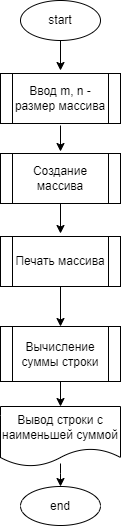
Earlier version of the draw.io export HW7/Ex50/diagram.drawio.png (SboevaTatiana/HW_1). Source tidied: cells renumbered, new cells last; positions are measured from the earlier drawing's top-left corner, leaving out a move shared by most shapes.
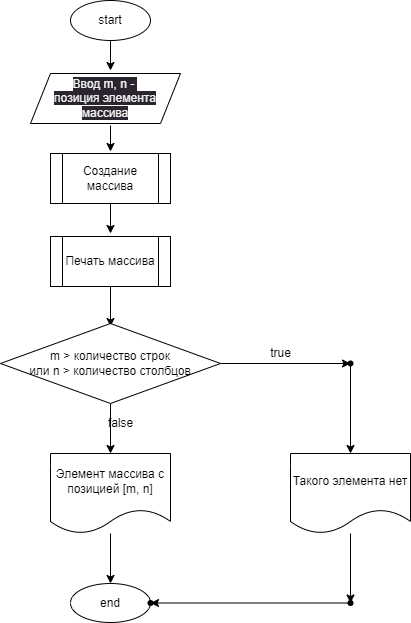
Above is the later version.

What changed in the source:
```diff
@@ -16,29 +16,9 @@
         <mxPoint x="60" y="151" as="targetPoint" />
       </mxGeometry>
     </mxCell>
-    <mxCell id="5" style="edgeStyle=orthogonalEdgeStyle;rounded=0;jettySize=auto;html=1;" parent="1" edge="1" target="6">
-      <mxGeometry relative="1" as="geometry">
-        <mxPoint x="60" y="463" as="sourcePoint" />
-        <Array as="points">
-          <mxPoint x="60" y="473" />
-          <mxPoint x="60" y="473" />
-        </Array>
-      </mxGeometry>
-    </mxCell>
     <mxCell id="6" value="end" style="ellipse;whiteSpace=wrap;html=1;" parent="1" vertex="1">
-      <mxGeometry x="20" y="486" width="80" height="39" as="geometry" />
+      <mxGeometry x="20" y="583" width="80" height="39" as="geometry" />
     </mxCell>
-    <mxCell id="7" style="edgeStyle=none;html=1;" parent="1" edge="1" source="8">
-      <mxGeometry relative="1" as="geometry">
-        <mxPoint x="60" y="406" as="targetPoint" />
-      </mxGeometry>
-    </mxCell>
-    <mxCell id="8" value="Вычисление суммы строки" style="shape=process;whiteSpace=wrap;html=1;backgroundOutline=1;" parent="1" vertex="1">
-      <mxGeometry y="326" width="120" height="55" as="geometry" />
-    </mxCell>
-    <mxCell id="9" value="Ввод m, n - размер массива" style="shape=process;whiteSpace=wrap;html=1;backgroundOutline=1;" parent="1" vertex="1">
-      <mxGeometry y="73" width="120" height="50" as="geometry" />
-    </mxCell>
     <mxCell id="10" style="edgeStyle=none;html=1;" parent="1" edge="1" source="11">
       <mxGeometry relative="1" as="geometry">
         <mxPoint x="60" y="233" as="targetPoint" />
@@ -47,14 +27,58 @@
     <mxCell id="11" value="Создание массива" style="shape=process;whiteSpace=wrap;html=1;backgroundOutline=1;" parent="1" vertex="1">
       <mxGeometry y="153" width="120" height="50" as="geometry" />
     </mxCell>
-    <mxCell id="12" style="edgeStyle=none;html=1;" parent="1" edge="1" source="13" target="8">
-      <mxGeometry relative="1" as="geometry" />
+    <mxCell id="12" style="edgeStyle=none;html=1;" parent="1" edge="1" source="13">
+      <mxGeometry relative="1" as="geometry">
+        <mxPoint x="60" y="326" as="targetPoint" />
+      </mxGeometry>
     </mxCell>
     <mxCell id="13" value="Печать массива" style="shape=process;whiteSpace=wrap;html=1;backgroundOutline=1;" parent="1" vertex="1">
       <mxGeometry y="236" width="120" height="50" as="geometry" />
     </mxCell>
-    <mxCell id="14" value="Вывод строки с наименьшей суммой" style="shape=document;whiteSpace=wrap;html=1;boundedLbl=1;" parent="1" vertex="1">
-      <mxGeometry y="406" width="120" height="60" as="geometry" />
-    </mxCell>
+    <mxCell id="15" value="&lt;span style=&quot;color: rgb(240, 240, 240); font-family: Helvetica; font-size: 12px; font-style: normal; font-variant-ligatures: normal; font-variant-caps: normal; font-weight: 400; letter-spacing: normal; orphans: 2; text-align: center; text-indent: 0px; text-transform: none; widows: 2; word-spacing: 0px; -webkit-text-stroke-width: 0px; background-color: rgb(42, 37, 47); text-decoration-thickness: initial; text-decoration-style: initial; text-decoration-color: initial; float: none; display: inline !important;&quot;&gt;Ввод m, n - &lt;br&gt;позиция элемента массива&lt;br&gt;&lt;/span&gt;" style="shape=parallelogram;perimeter=parallelogramPerimeter;whiteSpace=wrap;html=1;fixedSize=1;" parent="1" vertex="1">
+      <mxGeometry x="-20" y="73" width="150" height="50" as="geometry" />
+    </mxCell>
+    <mxCell id="16" style="edgeStyle=none;html=1;" parent="1" edge="1" source="18" target="20">
+      <mxGeometry relative="1" as="geometry" />
+    </mxCell>
+    <mxCell id="17" style="edgeStyle=none;html=1;" parent="1" edge="1" source="18" target="24">
+      <mxGeometry relative="1" as="geometry" />
+    </mxCell>
+    <mxCell id="18" value="m &amp;gt; количество строк&lt;br&gt;или n &amp;gt; количество столбцов" style="rhombus;whiteSpace=wrap;html=1;" parent="1" vertex="1">
+      <mxGeometry x="-50" y="323" width="220" height="80" as="geometry" />
+    </mxCell>
+    <mxCell id="19" style="edgeStyle=none;html=1;" parent="1" edge="1" source="20" target="6">
+      <mxGeometry relative="1" as="geometry" />
+    </mxCell>
+    <mxCell id="20" value="Элемент массива с позицией [m, n]" style="shape=document;whiteSpace=wrap;html=1;boundedLbl=1;" parent="1" vertex="1">
+      <mxGeometry y="453" width="120" height="80" as="geometry" />
+    </mxCell>
+    <mxCell id="21" style="edgeStyle=none;html=1;" parent="1" edge="1" source="22" target="26">
+      <mxGeometry relative="1" as="geometry" />
+    </mxCell>
+    <mxCell id="22" value="Такого элемента нет" style="shape=document;whiteSpace=wrap;html=1;boundedLbl=1;" parent="1" vertex="1">
+      <mxGeometry x="240" y="453" width="120" height="80" as="geometry" />
+    </mxCell>
+    <mxCell id="23" style="edgeStyle=none;html=1;" parent="1" edge="1" source="24" target="22">
+      <mxGeometry relative="1" as="geometry" />
+    </mxCell>
+    <mxCell id="24" style="shape=waypoint;sketch=0;size=6;points=[];fillColor=default;perimeter=centerPerimeter;snapToPoint=1;" parent="1" vertex="1">
+      <mxGeometry x="290" y="353" width="20" height="20" as="geometry" />
+    </mxCell>
+    <mxCell id="25" style="edgeStyle=none;html=1;" parent="1" edge="1" source="26" target="27">
+      <mxGeometry relative="1" as="geometry" />
+    </mxCell>
+    <mxCell id="26" style="shape=waypoint;sketch=0;size=6;points=[];fillColor=default;perimeter=centerPerimeter;snapToPoint=1;" parent="1" vertex="1">
+      <mxGeometry x="290" y="592.5" width="20" height="20" as="geometry" />
+    </mxCell>
+    <mxCell id="27" style="shape=waypoint;sketch=0;size=6;points=[];fillColor=default;perimeter=centerPerimeter;snapToPoint=1;" parent="1" vertex="1">
+      <mxGeometry x="90" y="592.5" width="20" height="20" as="geometry" />
+    </mxCell>
+    <mxCell id="28" value="true" style="text;html=1;align=center;verticalAlign=middle;strokeColor=none;fillColor=none;" parent="1" vertex="1">
+      <mxGeometry x="210" y="338" width="40" height="30" as="geometry" />
+    </mxCell>
+    <mxCell id="29" value="false" style="text;html=1;align=center;verticalAlign=middle;strokeColor=none;fillColor=none;" parent="1" vertex="1">
+      <mxGeometry x="45" y="408" width="50" height="30" as="geometry" />
+    </mxCell>
   </root>
 </mxGraphModel>
```
